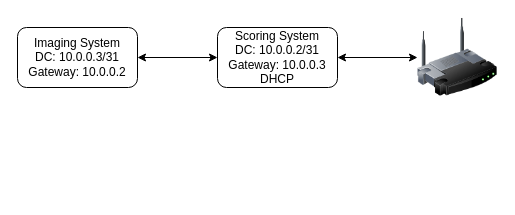
This is page "Network" (4 of 5) of documentation/System_Schematics.drawio from kparlak/dart-scoring-system, a draw.io file, before an edit. Source tidied: cells renumbered, new cells numbered last; positions are measured from the earlier drawing's top-left corner, leaving out a move shared by most shapes. Both pictures are drawn from the tidied source at 100%, with x=0, y=0 at pixel (17, 17).
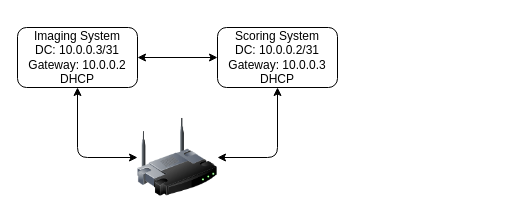
The same page after the edit.

Change to the diagram source:
```diff
@@
 <mxGraphModel>
   <root>
     <mxCell id="0" />
     <mxCell id="1" parent="0" />
     <mxCell id="2" style="edgeStyle=orthogonalEdgeStyle;rounded=1;jettySize=auto;html=1;exitX=1;exitY=0.5;exitDx=0;exitDy=0;entryX=0;entryY=0.5;entryDx=0;entryDy=0;startArrow=classic;startFill=1;" parent="1" edge="1" source="3" target="5">
       <mxGeometry relative="1" as="geometry" />
     </mxCell>
+    <mxCell id="7" style="edgeStyle=orthogonalEdgeStyle;rounded=1;jettySize=auto;html=1;exitX=0.5;exitY=1;exitDx=0;exitDy=0;entryX=0;entryY=0.5;entryDx=0;entryDy=0;startArrow=classic;startFill=1;" parent="1" edge="1" source="3" target="6">
+      <mxGeometry relative="1" as="geometry" />
+    </mxCell>
-    <mxCell id="3" value="Imaging System&lt;br&gt;DC: 10.0.0.3/31&lt;br&gt;Gateway: 10.0.0.2" style="rounded=1;whiteSpace=wrap;html=1;" parent="1" vertex="1">
+    <mxCell id="3" value="Imaging System&lt;br&gt;DC: 10.0.0.3/31&lt;br&gt;Gateway: 10.0.0.2&lt;br&gt;DHCP" style="rounded=1;whiteSpace=wrap;html=1;" parent="1" vertex="1">
       <mxGeometry y="10" width="120" height="60" as="geometry" />
     </mxCell>
-    <mxCell id="4" style="edgeStyle=orthogonalEdgeStyle;rounded=1;jettySize=auto;html=1;exitX=1;exitY=0.5;exitDx=0;exitDy=0;entryX=0;entryY=0.5;entryDx=0;entryDy=0;startArrow=classic;startFill=1;endArrow=classic;endFill=1;" parent="1" edge="1" source="5" target="6">
+    <mxCell id="4" style="edgeStyle=orthogonalEdgeStyle;rounded=1;jettySize=auto;html=1;exitX=0.5;exitY=1;exitDx=0;exitDy=0;entryX=1;entryY=0.5;entryDx=0;entryDy=0;startArrow=classic;startFill=1;" parent="1" edge="1" source="5" target="6">
       <mxGeometry relative="1" as="geometry" />
     </mxCell>
     <mxCell id="5" value="Scoring System&lt;br&gt;DC: 10.0.0.2/31&lt;br&gt;Gateway: 10.0.0.3&lt;br&gt;DHCP" style="rounded=1;whiteSpace=wrap;html=1;" parent="1" vertex="1">
       <mxGeometry x="200" y="10" width="120" height="60" as="geometry" />
     </mxCell>
     <mxCell id="6" style="image;html=1;image=img/lib/clip_art/networking/Wireless_Router_128x128.png;" parent="1" vertex="1">
-      <mxGeometry x="400" width="80" height="80" as="geometry" />
+      <mxGeometry x="120" y="100" width="80" height="80" as="geometry" />
     </mxCell>
   </root>
 </mxGraphModel>
```
